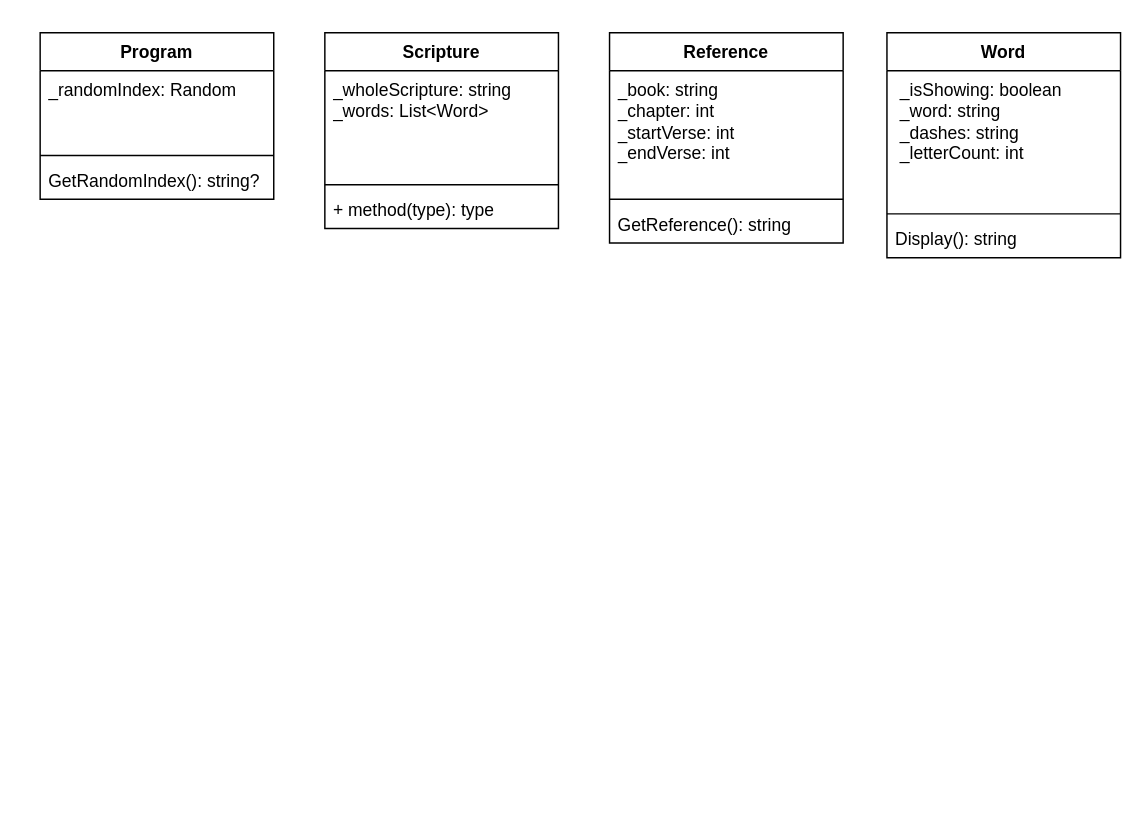
This is memorizer.drawio from KayleeWild/cse210, a draw.io file, before an edit. Source tidied: cells renumbered, new cells numbered last; positions are measured from the earlier drawing's top-left corner, leaving out a move shared by most shapes. Both pictures are drawn from the tidied source at 146%, with x=0, y=0 at pixel (39, 32).
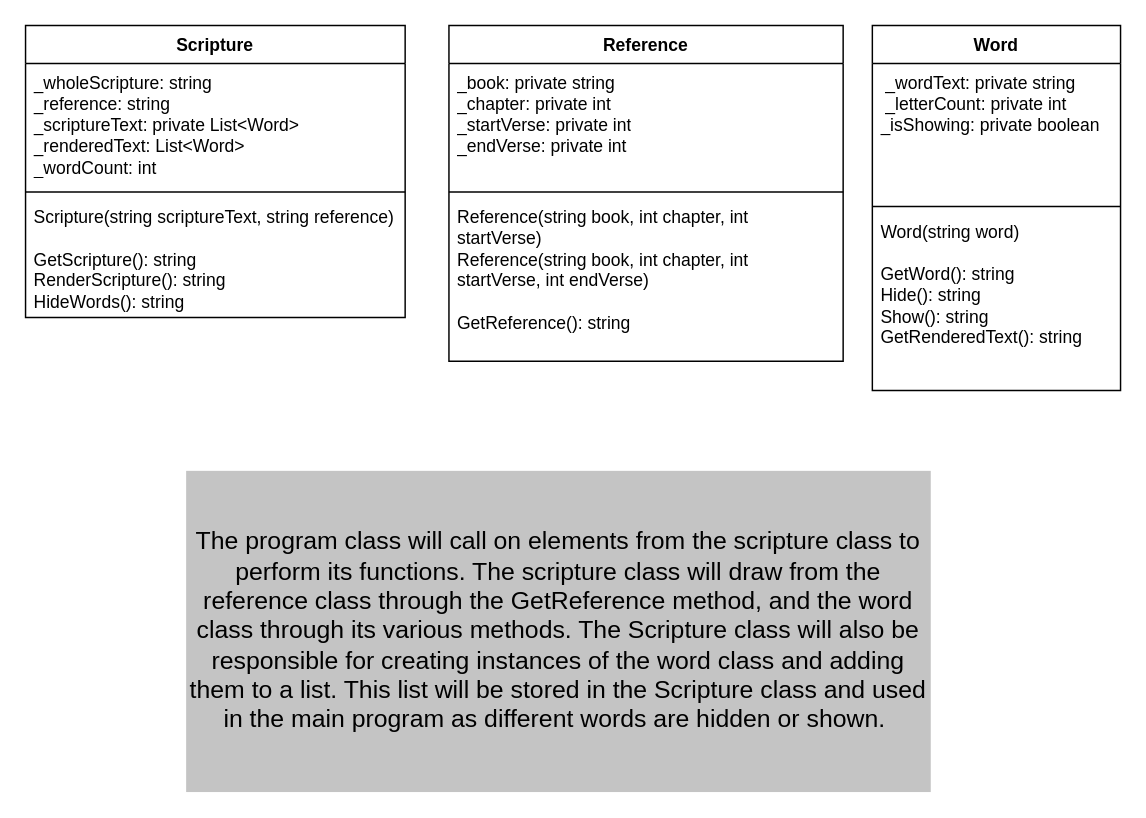
The same page after the edit.

The edit, as a diff of the source:
```diff
@@
 <mxGraphModel>
   <root>
     <mxCell id="0" />
     <mxCell id="1" parent="0" />
-    <mxCell id="2" value="Program" style="swimlane;fontStyle=1;align=center;verticalAlign=top;horizontal=1;startSize=26;whiteSpace=wrap;html=1;" parent="1" vertex="1">
-      <mxGeometry width="160" height="114" as="geometry" />
-    </mxCell>
-    <mxCell id="3" value="_randomIndex: Random&lt;div&gt;&lt;br&gt;&lt;/div&gt;" style="text;strokeColor=none;fillColor=none;align=left;verticalAlign=top;spacingLeft=4;spacingRight=4;overflow=hidden;whiteSpace=wrap;html=1;" parent="2" vertex="1">
-      <mxGeometry y="26" width="160" height="54" as="geometry" />
-    </mxCell>
-    <mxCell id="4" style="line;strokeWidth=1;fillColor=none;align=left;verticalAlign=middle;spacingTop=-1;spacingLeft=3;spacingRight=3;labelPosition=right;strokeColor=inherit;" parent="2" vertex="1">
-      <mxGeometry y="80" width="160" height="8" as="geometry" />
-    </mxCell>
-    <mxCell id="5" value="GetRandomIndex(): string?" style="text;strokeColor=none;fillColor=none;align=left;verticalAlign=top;spacingLeft=4;spacingRight=4;overflow=hidden;whiteSpace=wrap;html=1;" parent="2" vertex="1">
-      <mxGeometry y="88" width="160" height="26" as="geometry" />
-    </mxCell>
     <mxCell id="6" value="Word" style="swimlane;fontStyle=1;align=center;verticalAlign=top;horizontal=1;startSize=26;whiteSpace=wrap;html=1;" parent="1" vertex="1">
-      <mxGeometry x="580" width="160" height="154" as="geometry" />
+      <mxGeometry x="570" y="-5" width="170" height="250" as="geometry" />
     </mxCell>
-    <mxCell id="7" value="&amp;nbsp;_isShowing: boolean&lt;div&gt;&amp;nbsp;_word: string&lt;/div&gt;&lt;div&gt;&amp;nbsp;_dashes: string&lt;/div&gt;&lt;div&gt;&amp;nbsp;_letterCount: int&lt;/div&gt;" style="text;strokeColor=none;fillColor=none;align=left;verticalAlign=top;spacingLeft=4;spacingRight=4;overflow=hidden;whiteSpace=wrap;html=1;" parent="6" vertex="1">
-      <mxGeometry y="26" width="160" height="94" as="geometry" />
+    <mxCell id="7" value="&lt;div&gt;&amp;nbsp;_wordText: private string&lt;/div&gt;&lt;div&gt;&lt;span style=&quot;background-color: initial;&quot;&gt;&amp;nbsp;_letterCount: private in&lt;/span&gt;&lt;span style=&quot;background-color: initial;&quot;&gt;t&lt;/span&gt;&lt;/div&gt;&lt;div&gt;&lt;span style=&quot;background-color: initial;&quot;&gt;_isShowing: private boolean&lt;/span&gt;&lt;/div&gt;" style="text;strokeColor=none;fillColor=none;align=left;verticalAlign=top;spacingLeft=4;spacingRight=4;overflow=hidden;whiteSpace=wrap;html=1;" parent="6" vertex="1">
+      <mxGeometry y="26" width="170" height="94" as="geometry" />
     </mxCell>
     <mxCell id="8" style="line;strokeWidth=1;fillColor=none;align=left;verticalAlign=middle;spacingTop=-1;spacingLeft=3;spacingRight=3;labelPosition=right;strokeColor=inherit;" parent="6" vertex="1">
-      <mxGeometry y="120" width="160" height="8" as="geometry" />
+      <mxGeometry y="120" width="170" height="8" as="geometry" />
     </mxCell>
-    <mxCell id="9" value="Display(): string&amp;nbsp;" style="text;strokeColor=none;fillColor=none;align=left;verticalAlign=top;spacingLeft=4;spacingRight=4;overflow=hidden;whiteSpace=wrap;html=1;" parent="6" vertex="1">
-      <mxGeometry y="128" width="160" height="26" as="geometry" />
+    <mxCell id="9" value="&lt;div&gt;&lt;span style=&quot;background-color: initial;&quot;&gt;Word(string word)&lt;/span&gt;&lt;br&gt;&lt;/div&gt;&lt;div&gt;&lt;br&gt;&lt;/div&gt;GetWord(): string&lt;div&gt;Hide(): string&lt;/div&gt;&lt;div&gt;Show(): string&lt;/div&gt;&lt;div&gt;GetRenderedText(): string&lt;/div&gt;" style="text;strokeColor=none;fillColor=none;align=left;verticalAlign=top;spacingLeft=4;spacingRight=4;overflow=hidden;whiteSpace=wrap;html=1;" parent="6" vertex="1">
+      <mxGeometry y="128" width="170" height="122" as="geometry" />
     </mxCell>
     <mxCell id="10" value="Scripture" style="swimlane;fontStyle=1;align=center;verticalAlign=top;horizontal=1;startSize=26;whiteSpace=wrap;html=1;" parent="1" vertex="1">
-      <mxGeometry x="195" width="160" height="134" as="geometry" />
+      <mxGeometry x="-10" y="-5" width="260" height="200" as="geometry" />
     </mxCell>
-    <mxCell id="11" value="_wholeScripture: string&lt;div&gt;_words: List&amp;lt;Word&amp;gt;&lt;/div&gt;" style="text;strokeColor=none;fillColor=none;align=left;verticalAlign=top;spacingLeft=4;spacingRight=4;overflow=hidden;whiteSpace=wrap;html=1;" parent="10" vertex="1">
-      <mxGeometry y="26" width="160" height="74" as="geometry" />
+    <mxCell id="11" value="&lt;div&gt;_wholeScripture: string&lt;/div&gt;&lt;div&gt;_reference: string&lt;br&gt;&lt;div&gt;_scriptureText: private List&amp;lt;Word&amp;gt;&lt;/div&gt;&lt;div&gt;_renderedText: List&amp;lt;Word&amp;gt;&lt;/div&gt;&lt;div&gt;_wordCount: int&lt;/div&gt;&lt;/div&gt;" style="text;strokeColor=none;fillColor=none;align=left;verticalAlign=top;spacingLeft=4;spacingRight=4;overflow=hidden;whiteSpace=wrap;html=1;" parent="10" vertex="1">
+      <mxGeometry y="26" width="260" height="84" as="geometry" />
     </mxCell>
     <mxCell id="12" style="line;strokeWidth=1;fillColor=none;align=left;verticalAlign=middle;spacingTop=-1;spacingLeft=3;spacingRight=3;labelPosition=right;strokeColor=inherit;" parent="10" vertex="1">
-      <mxGeometry y="100" width="160" height="8" as="geometry" />
+      <mxGeometry y="110" width="260" height="8" as="geometry" />
     </mxCell>
-    <mxCell id="13" value="+ method(type): type" style="text;strokeColor=none;fillColor=none;align=left;verticalAlign=top;spacingLeft=4;spacingRight=4;overflow=hidden;whiteSpace=wrap;html=1;" parent="10" vertex="1">
-      <mxGeometry y="108" width="160" height="26" as="geometry" />
+    <mxCell id="13" value="&lt;div&gt;Scripture(string scriptureText, string reference)&lt;/div&gt;&lt;div&gt;&lt;br&gt;&lt;/div&gt;&lt;div&gt;GetScripture(): string&lt;/div&gt;&lt;div&gt;&lt;span style=&quot;background-color: initial;&quot;&gt;RenderScripture(): string&lt;/span&gt;&lt;br&gt;&lt;/div&gt;&lt;div&gt;&lt;span style=&quot;background-color: initial;&quot;&gt;HideWords(): string&lt;/span&gt;&lt;/div&gt;" style="text;strokeColor=none;fillColor=none;align=left;verticalAlign=top;spacingLeft=4;spacingRight=4;overflow=hidden;whiteSpace=wrap;html=1;" parent="10" vertex="1">
+      <mxGeometry y="118" width="260" height="82" as="geometry" />
     </mxCell>
     <mxCell id="14" value="Reference" style="swimlane;fontStyle=1;align=center;verticalAlign=top;horizontal=1;startSize=26;whiteSpace=wrap;html=1;" parent="1" vertex="1">
-      <mxGeometry x="390" width="160" height="144" as="geometry" />
+      <mxGeometry x="280" y="-5" width="270" height="230" as="geometry" />
     </mxCell>
-    <mxCell id="15" value="_book: string&lt;div&gt;_chapter: int&lt;/div&gt;&lt;div&gt;_startVerse: int&lt;/div&gt;&lt;div&gt;_endVerse: int&lt;/div&gt;" style="text;strokeColor=none;fillColor=none;align=left;verticalAlign=top;spacingLeft=4;spacingRight=4;overflow=hidden;whiteSpace=wrap;html=1;" parent="14" vertex="1">
-      <mxGeometry y="26" width="160" height="84" as="geometry" />
+    <mxCell id="15" value="_book: private string&lt;div&gt;_chapter: private int&lt;/div&gt;&lt;div&gt;_startVerse: private int&lt;/div&gt;&lt;div&gt;_endVerse: private int&lt;/div&gt;" style="text;strokeColor=none;fillColor=none;align=left;verticalAlign=top;spacingLeft=4;spacingRight=4;overflow=hidden;whiteSpace=wrap;html=1;" parent="14" vertex="1">
+      <mxGeometry y="26" width="270" height="84" as="geometry" />
     </mxCell>
     <mxCell id="16" style="line;strokeWidth=1;fillColor=none;align=left;verticalAlign=middle;spacingTop=-1;spacingLeft=3;spacingRight=3;labelPosition=right;strokeColor=inherit;" parent="14" vertex="1">
-      <mxGeometry y="110" width="160" height="8" as="geometry" />
+      <mxGeometry y="110" width="270" height="8" as="geometry" />
     </mxCell>
-    <mxCell id="17" value="GetReference(): string" style="text;strokeColor=none;fillColor=none;align=left;verticalAlign=top;spacingLeft=4;spacingRight=4;overflow=hidden;whiteSpace=wrap;html=1;" parent="14" vertex="1">
-      <mxGeometry y="118" width="160" height="26" as="geometry" />
+    <mxCell id="17" value="&lt;div&gt;&lt;span style=&quot;background-color: initial;&quot;&gt;Reference(string book, int chapter, int startVerse)&lt;/span&gt;&lt;br&gt;&lt;/div&gt;&lt;div&gt;&lt;span style=&quot;background-color: initial;&quot;&gt;Reference(string book, int chapter, int startVerse, int endVerse)&lt;/span&gt;&lt;br&gt;&lt;/div&gt;&lt;div&gt;&lt;br&gt;&lt;/div&gt;GetReference(): string&lt;div&gt;&lt;br&gt;&lt;/div&gt;" style="text;strokeColor=none;fillColor=none;align=left;verticalAlign=top;spacingLeft=4;spacingRight=4;overflow=hidden;whiteSpace=wrap;html=1;" parent="14" vertex="1">
+      <mxGeometry y="118" width="270" height="112" as="geometry" />
     </mxCell>
+    <mxCell id="18" value="&lt;font style=&quot;font-size: 17px;&quot;&gt;The program class will call on elements from the scripture class to perform its functions. The scripture class will draw from the reference class through the GetReference method, and the word class through its various methods. The Scripture class will also be responsible for creating instances of the word class and adding them to a list. This list will be stored in the Scripture class and used in the main program as different words are hidden or shown.&amp;nbsp;&lt;/font&gt;" style="text;html=1;align=center;verticalAlign=middle;whiteSpace=wrap;rounded=0;fillColor=#C4C4C4;spacing=2;" parent="1" vertex="1">
+      <mxGeometry x="100" y="300" width="510" height="220" as="geometry" />
+    </mxCell>
   </root>
 </mxGraphModel>
```
